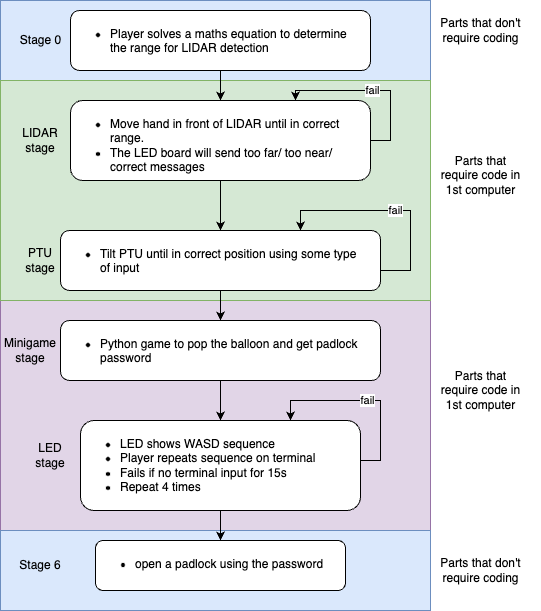
This is image/flowchart.drawio.png from jtho4403/Escape-Room, a draw.io export, as it was before one commit. Source tidied: cells renumbered, new cells last; positions are measured from the earlier drawing's top-left corner, leaving out a move shared by most shapes.
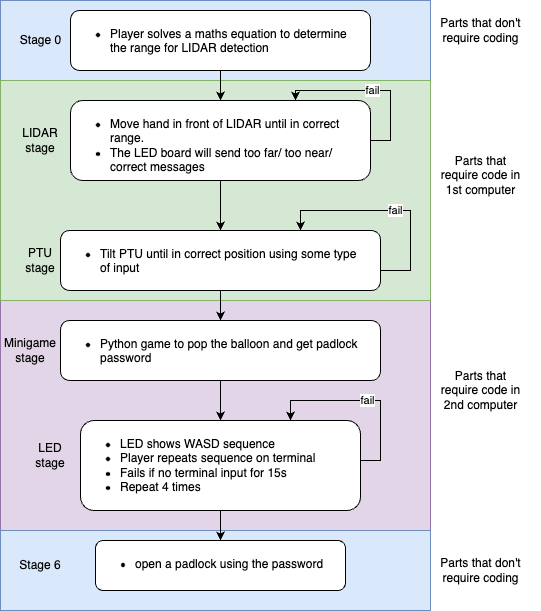
After the change.

Diff of the diagram source:
```diff
@@ -106,7 +106,7 @@
     <mxCell id="29" value="Minigame&lt;br&gt;stage" style="text;html=1;strokeColor=none;fillColor=none;align=center;verticalAlign=middle;whiteSpace=wrap;rounded=0;" parent="1" vertex="1">
       <mxGeometry y="335" width="60" height="30" as="geometry" />
     </mxCell>
-    <mxCell id="30" value="Parts that &lt;br&gt;require code in&lt;br&gt;1st computer" style="text;html=1;align=center;verticalAlign=middle;" parent="1" vertex="1">
+    <mxCell id="30" value="Parts that &lt;br&gt;require code in&lt;br&gt;2nd computer" style="text;html=1;align=center;verticalAlign=middle;" parent="1" vertex="1">
       <mxGeometry x="430" y="360" width="100" height="60" as="geometry" />
     </mxCell>
   </root>
```
